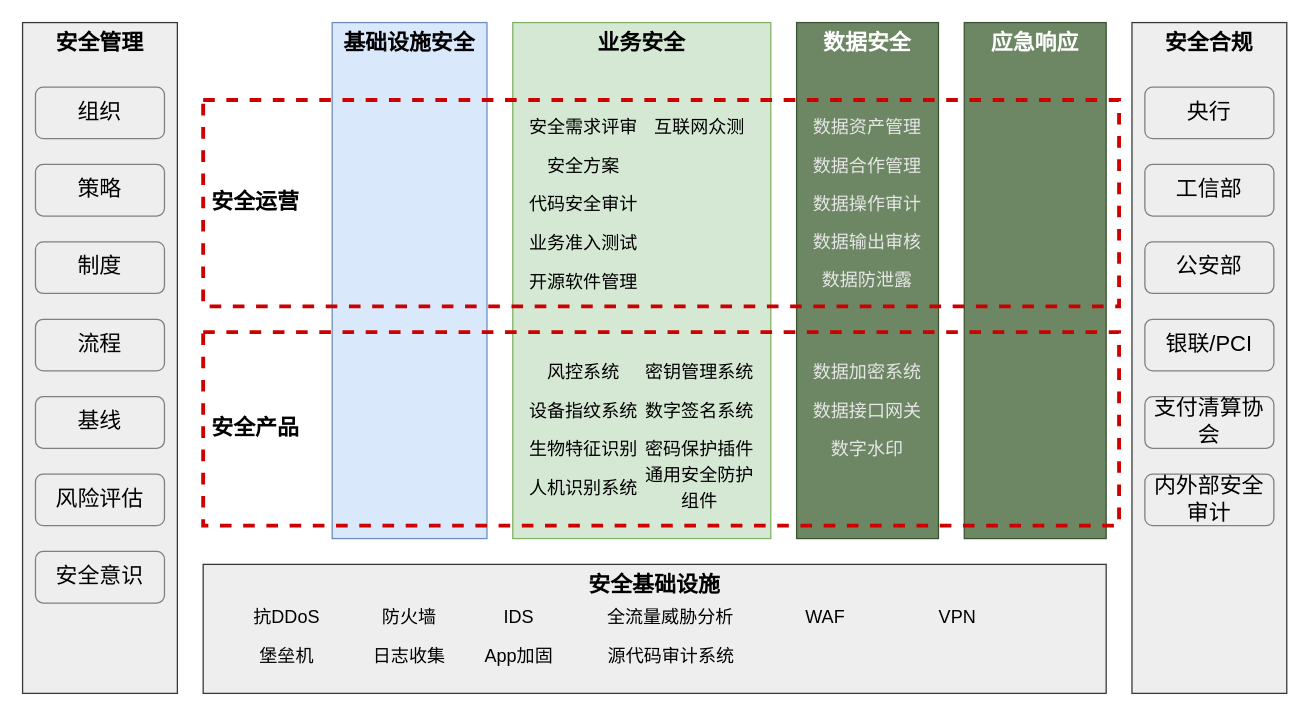
This is security_layer0.drawio from razor/1102_decoration, a draw.io file, before an edit. Source tidied: cells renumbered, new cells numbered last; positions are measured from the earlier drawing's top-left corner, leaving out a move shared by most shapes. Both pictures are drawn from the tidied source at 129%, with x=0, y=0 at pixel (22, 22).
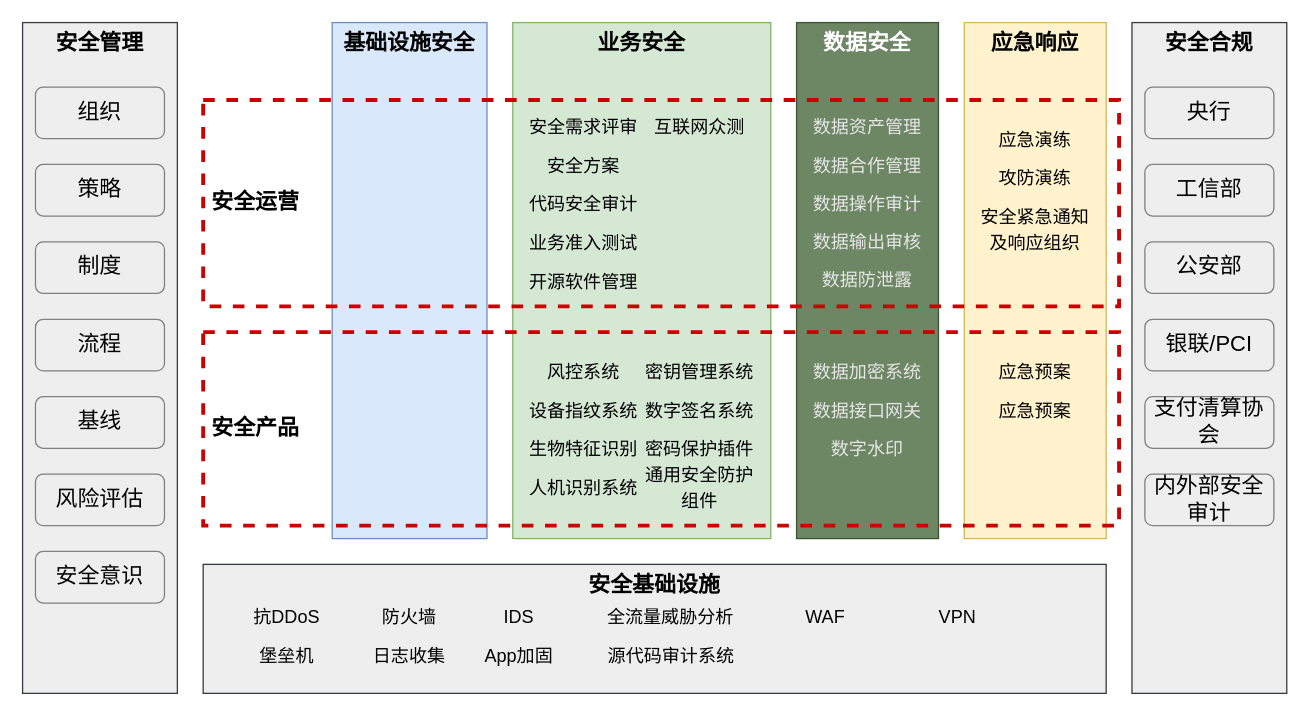
The same page after the edit.

Change to the diagram source:
```diff
@@
-    <mxCell id="9" value="应急响应" style="rounded=0;whiteSpace=wrap;html=1;fontSize=17;fontStyle=1;verticalAlign=top;fillColor=#6d8764;strokeColor=#3A5431;fontColor=#ffffff;" parent="4" vertex="1">
+    <mxCell id="9" value="应急响应" style="rounded=0;whiteSpace=wrap;html=1;fontSize=17;fontStyle=1;verticalAlign=top;strokeColor=#d6b656;fillColor=#fff2cc;" parent="4" vertex="1">
       <mxGeometry x="730" width="110" height="400" as="geometry" />
     </mxCell>
@@
+    <mxCell id="59" value="&lt;font style=&quot;font-size: 14px&quot;&gt;应急预案&lt;/font&gt;" style="text;html=1;strokeColor=none;fillColor=none;align=center;verticalAlign=middle;whiteSpace=wrap;rounded=0;shadow=0;glass=0;labelBackgroundColor=none;sketch=0;fontSize=16;fontColor=#000000;" parent="13" vertex="1">
+      <mxGeometry x="740" y="260" width="90" height="20" as="geometry" />
+    </mxCell>
+    <mxCell id="60" value="&lt;font style=&quot;font-size: 14px&quot;&gt;应急演练&lt;/font&gt;" style="text;html=1;strokeColor=none;fillColor=none;align=center;verticalAlign=middle;whiteSpace=wrap;rounded=0;shadow=0;glass=0;labelBackgroundColor=none;sketch=0;fontSize=16;fontColor=#000000;" parent="13" vertex="1">
+      <mxGeometry x="740" y="80" width="90" height="20" as="geometry" />
+    </mxCell>
+    <mxCell id="61" value="&lt;font style=&quot;font-size: 14px&quot;&gt;攻防演练&lt;/font&gt;" style="text;html=1;strokeColor=none;fillColor=none;align=center;verticalAlign=middle;whiteSpace=wrap;rounded=0;shadow=0;glass=0;labelBackgroundColor=none;sketch=0;fontSize=16;fontColor=#000000;" parent="13" vertex="1">
+      <mxGeometry x="740" y="110" width="90" height="20" as="geometry" />
+    </mxCell>
+    <mxCell id="62" value="&lt;font style=&quot;font-size: 14px&quot;&gt;应急预案&lt;/font&gt;" style="text;html=1;strokeColor=none;fillColor=none;align=center;verticalAlign=middle;whiteSpace=wrap;rounded=0;shadow=0;glass=0;labelBackgroundColor=none;sketch=0;fontSize=16;fontColor=#000000;" parent="13" vertex="1">
+      <mxGeometry x="740" y="290" width="90" height="20" as="geometry" />
+    </mxCell>
+    <mxCell id="63" value="&lt;font style=&quot;font-size: 14px&quot;&gt;安全紧急通知及响应组织&lt;/font&gt;" style="text;html=1;strokeColor=none;fillColor=none;align=center;verticalAlign=middle;whiteSpace=wrap;rounded=0;shadow=0;glass=0;labelBackgroundColor=none;sketch=0;fontSize=16;fontColor=#000000;" parent="13" vertex="1">
+      <mxGeometry x="740" y="150" width="90" height="20" as="geometry" />
+    </mxCell>
```
